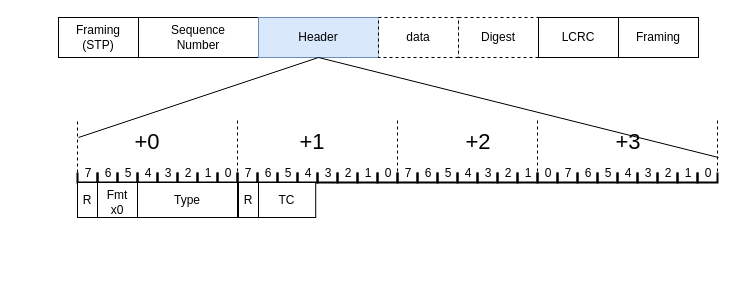
Before: PCIE.drawio in Cain252199/MyNoteBook, a draw.io diagram. Source tidied: cells renumbered, new cells numbered last; positions are measured from the earlier drawing's top-left corner, leaving out a move shared by most shapes. Both pictures are drawn from the tidied source at 100%, with x=0, y=0 at pixel (58, 17).
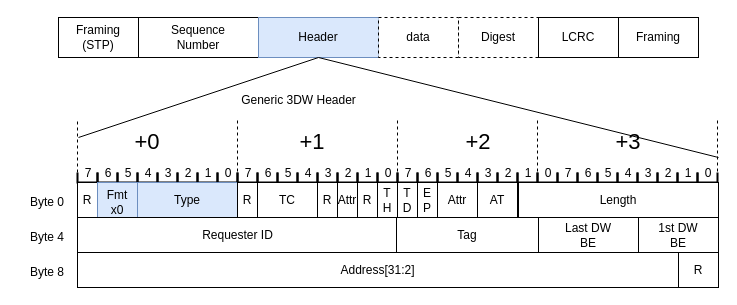
Above is the later version.

What changed in the source:
```diff
@@
-    <mxCell id="53" value="&lt;div&gt;&lt;br&gt;&lt;/div&gt;&lt;div&gt;Fmt&lt;/div&gt;&lt;div&gt;x0&lt;/div&gt;" style="rounded=0;whiteSpace=wrap;html=1;spacing=0;spacingTop=-10;" parent="1" vertex="1">
+    <mxCell id="53" value="&lt;div&gt;&lt;br&gt;&lt;/div&gt;&lt;div&gt;Fmt&lt;/div&gt;&lt;div&gt;x0&lt;/div&gt;" style="rounded=0;whiteSpace=wrap;html=1;spacing=0;spacingTop=-10;fillColor=#dae8fc;strokeColor=#6c8ebf;" parent="1" vertex="1">
       <mxGeometry x="39" y="165" width="40" height="35" as="geometry" />
     </mxCell>
-    <mxCell id="54" value="Type" style="rounded=0;whiteSpace=wrap;html=1;spacing=0;spacingTop=0;" parent="1" vertex="1">
+    <mxCell id="54" value="Type" style="rounded=0;whiteSpace=wrap;html=1;spacing=0;spacingTop=0;fillColor=#dae8fc;strokeColor=#6c8ebf;" parent="1" vertex="1">
       <mxGeometry x="79" y="165" width="100" height="35" as="geometry" />
     </mxCell>
     <mxCell id="55" value="R" style="rounded=0;whiteSpace=wrap;html=1;spacing=0;" parent="1" vertex="1">
-      <mxGeometry x="180" y="165" width="20" height="35" as="geometry" />
+      <mxGeometry x="179" y="165" width="20" height="35" as="geometry" />
     </mxCell>
     <mxCell id="56" value="TC" style="rounded=0;whiteSpace=wrap;html=1;spacing=0;" parent="1" vertex="1">
-      <mxGeometry x="200" y="165" width="57.2" height="35" as="geometry" />
+      <mxGeometry x="199" y="165" width="60" height="35" as="geometry" />
     </mxCell>
+    <mxCell id="57" value="R" style="rounded=0;whiteSpace=wrap;html=1;spacing=0;" parent="1" vertex="1">
+      <mxGeometry x="259" y="165" width="20" height="35" as="geometry" />
+    </mxCell>
+    <mxCell id="58" value="Attr" style="rounded=0;whiteSpace=wrap;html=1;spacing=0;" parent="1" vertex="1">
+      <mxGeometry x="279" y="165" width="20" height="35" as="geometry" />
+    </mxCell>
+    <mxCell id="59" value="R" style="rounded=0;whiteSpace=wrap;html=1;spacing=0;" parent="1" vertex="1">
+      <mxGeometry x="299" y="165" width="20" height="35" as="geometry" />
+    </mxCell>
+    <mxCell id="60" value="&lt;div&gt;T&lt;/div&gt;&lt;div&gt;H&lt;/div&gt;" style="rounded=0;whiteSpace=wrap;html=1;spacing=0;" parent="1" vertex="1">
+      <mxGeometry x="319" y="165" width="20" height="35" as="geometry" />
+    </mxCell>
+    <mxCell id="61" value="&lt;div&gt;T&lt;/div&gt;&lt;div&gt;D&lt;/div&gt;" style="rounded=0;whiteSpace=wrap;html=1;spacing=0;" parent="1" vertex="1">
+      <mxGeometry x="339" y="165" width="20" height="35" as="geometry" />
+    </mxCell>
+    <mxCell id="62" value="&lt;div&gt;E&lt;/div&gt;&lt;div&gt;P&lt;/div&gt;" style="rounded=0;whiteSpace=wrap;html=1;spacing=0;" parent="1" vertex="1">
+      <mxGeometry x="359" y="165" width="20" height="35" as="geometry" />
+    </mxCell>
+    <mxCell id="63" value="Attr" style="rounded=0;whiteSpace=wrap;html=1;spacing=0;" parent="1" vertex="1">
+      <mxGeometry x="379" y="165" width="40" height="35" as="geometry" />
+    </mxCell>
+    <mxCell id="64" value="AT" style="rounded=0;whiteSpace=wrap;html=1;spacing=0;" parent="1" vertex="1">
+      <mxGeometry x="419" y="165" width="40" height="35" as="geometry" />
+    </mxCell>
+    <mxCell id="65" value="Length" style="rounded=0;whiteSpace=wrap;html=1;spacing=0;" parent="1" vertex="1">
+      <mxGeometry x="460" y="165" width="200" height="35" as="geometry" />
+    </mxCell>
+    <mxCell id="66" value="Requester ID" style="rounded=0;whiteSpace=wrap;html=1;spacing=0;spacingTop=0;" parent="1" vertex="1">
+      <mxGeometry x="19" y="200" width="321" height="35" as="geometry" />
+    </mxCell>
+    <mxCell id="67" value="Tag" style="rounded=0;whiteSpace=wrap;html=1;spacing=0;spacingTop=0;" parent="1" vertex="1">
+      <mxGeometry x="338" y="200" width="142" height="35" as="geometry" />
+    </mxCell>
+    <mxCell id="68" value="&lt;div&gt;Last DW&lt;/div&gt;&lt;div&gt;BE&lt;/div&gt;" style="rounded=0;whiteSpace=wrap;html=1;spacing=0;spacingTop=0;" parent="1" vertex="1">
+      <mxGeometry x="480" y="200" width="100" height="35" as="geometry" />
+    </mxCell>
+    <mxCell id="69" value="1st DW&lt;div&gt;BE&lt;/div&gt;" style="rounded=0;whiteSpace=wrap;html=1;spacing=0;spacingTop=0;" parent="1" vertex="1">
+      <mxGeometry x="580" y="200" width="80" height="35" as="geometry" />
+    </mxCell>
+    <mxCell id="70" value="Address[31:2]" style="rounded=0;whiteSpace=wrap;html=1;spacing=0;spacingTop=0;" parent="1" vertex="1">
+      <mxGeometry x="19" y="235" width="601" height="35" as="geometry" />
+    </mxCell>
+    <mxCell id="71" value="R" style="rounded=0;whiteSpace=wrap;html=1;spacing=0;" parent="1" vertex="1">
+      <mxGeometry x="620" y="235" width="40" height="35" as="geometry" />
+    </mxCell>
+    <mxCell id="72" value="Byte 0" style="text;html=1;align=center;verticalAlign=middle;whiteSpace=wrap;rounded=0;" parent="1" vertex="1">
+      <mxGeometry x="-41" y="170" width="60" height="30" as="geometry" />
+    </mxCell>
+    <mxCell id="73" value="Byte 4" style="text;html=1;align=center;verticalAlign=middle;whiteSpace=wrap;rounded=0;" parent="1" vertex="1">
+      <mxGeometry x="-41" y="205" width="60" height="30" as="geometry" />
+    </mxCell>
+    <mxCell id="74" value="Byte 8" style="text;html=1;align=center;verticalAlign=middle;whiteSpace=wrap;rounded=0;" parent="1" vertex="1">
+      <mxGeometry x="-41" y="240" width="60" height="30" as="geometry" />
+    </mxCell>
+    <mxCell id="75" value="Generic 3DW Header" style="text;html=1;align=center;verticalAlign=middle;strokeColor=none;fillColor=none;" parent="1" vertex="1">
+      <mxGeometry x="170" y="68" width="140" height="30" as="geometry" />
+    </mxCell>
```
